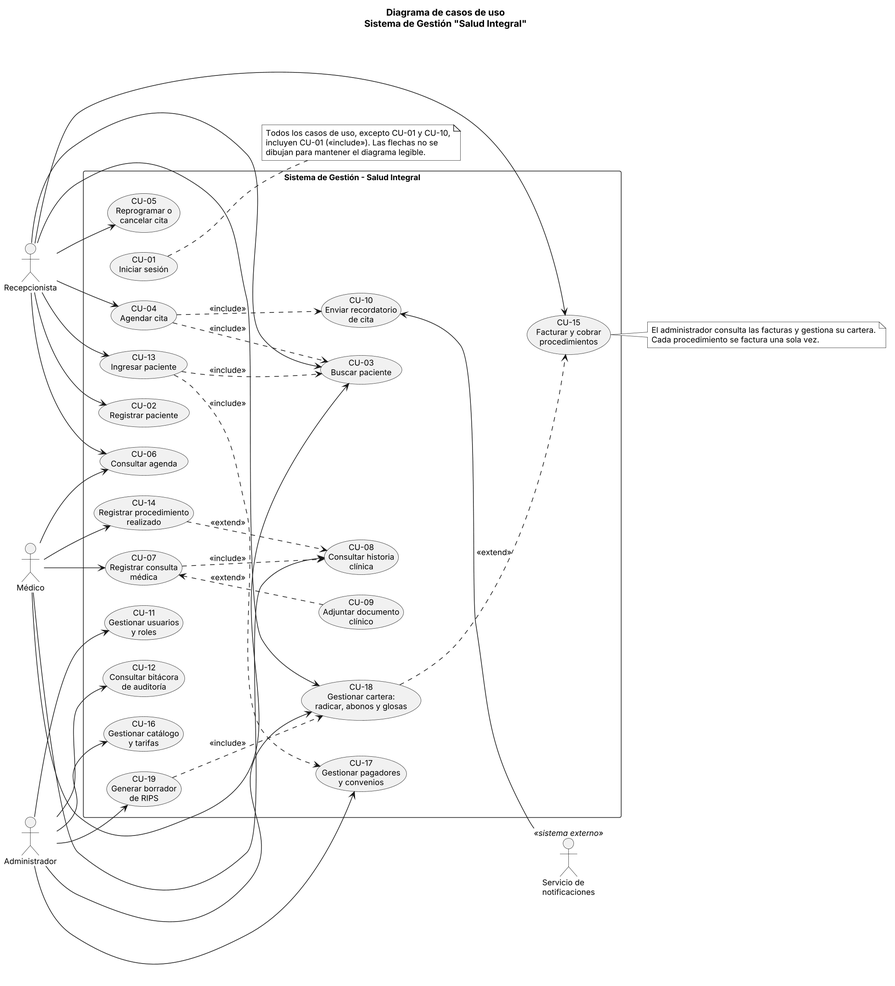
This is docs/uml/img/01_casos_de_uso.png from JNACHO2001/consultorio-medico, a PlantUML export, as it was before one commit.
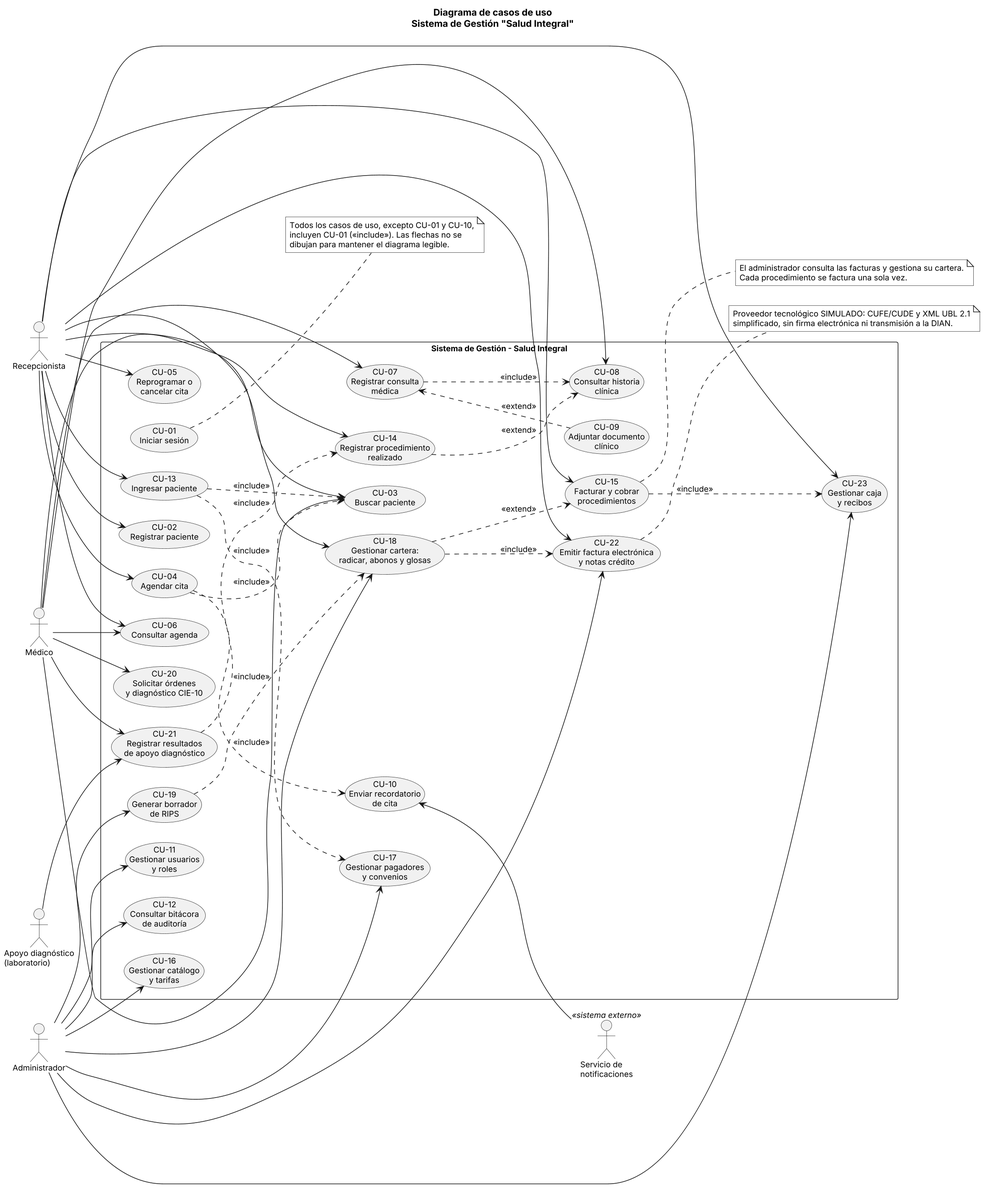
After the commit.

Commit message:
UML: órdenes y resultados, facturación electrónica y caja (01_casos_de_uso.png)

Diff of the diagram source:
```diff
@@ -14,6 +14,7 @@
 actor "Recepcionista" as REC
 actor "Médico" as MED
 actor "Administrador" as ADM
+actor "Apoyo diagnóstico\n(laboratorio)" as LAB
 
 rectangle "Sistema de Gestión - Salud Integral" {
   usecase "CU-02\nRegistrar paciente" as CU02
@@ -35,6 +36,10 @@
   usecase "CU-17\nGestionar pagadores\ny convenios" as CU17
   usecase "CU-18\nGestionar cartera:\nradicar, abonos y glosas" as CU18
   usecase "CU-19\nGenerar borrador\nde RIPS" as CU19
+  usecase "CU-20\nSolicitar órdenes\ny diagnóstico CIE-10" as CU20
+  usecase "CU-21\nRegistrar resultados\nde apoyo diagnóstico" as CU21
+  usecase "CU-22\nEmitir factura electrónica\ny notas crédito" as CU22
+  usecase "CU-23\nGestionar caja\ny recibos" as CU23
 }
 
 actor "Servicio de\nnotificaciones" as NOT <<sistema externo>>
@@ -47,8 +52,12 @@
 REC --> CU13
 REC --> CU15
 REC --> CU18
+REC --> CU22
+REC --> CU23
 
 MED --> CU14
+MED --> CU20
+MED --> CU21
 MED --> CU06
 MED --> CU07
 MED --> CU03
@@ -60,6 +69,10 @@
 ADM --> CU17
 ADM --> CU18
 ADM --> CU19
+ADM --> CU22
+ADM --> CU23
+
+LAB --> CU21
 
 CU04 ..> CU03 : <<include>>
 CU04 ..> CU10 : <<include>>
@@ -70,12 +83,20 @@
 CU13 ..> CU17 : <<include>>
 CU18 ..> CU15 : <<extend>>
 CU19 ..> CU18 : <<include>>
+CU21 ..> CU14 : <<include>>
+CU18 ..> CU22 : <<include>>
+CU15 ..> CU23 : <<include>>
 
 CU10 <-- NOT
 
 note right of CU15
   El administrador consulta las facturas y gestiona su cartera.
   Cada procedimiento se factura una sola vez.
+end note
+
+note right of CU22
+  Proveedor tecnológico SIMULADO: CUFE/CUDE y XML UBL 2.1
+  simplificado, sin firma electrónica ni transmisión a la DIAN.
 end note
 
 note right of CU01
```
